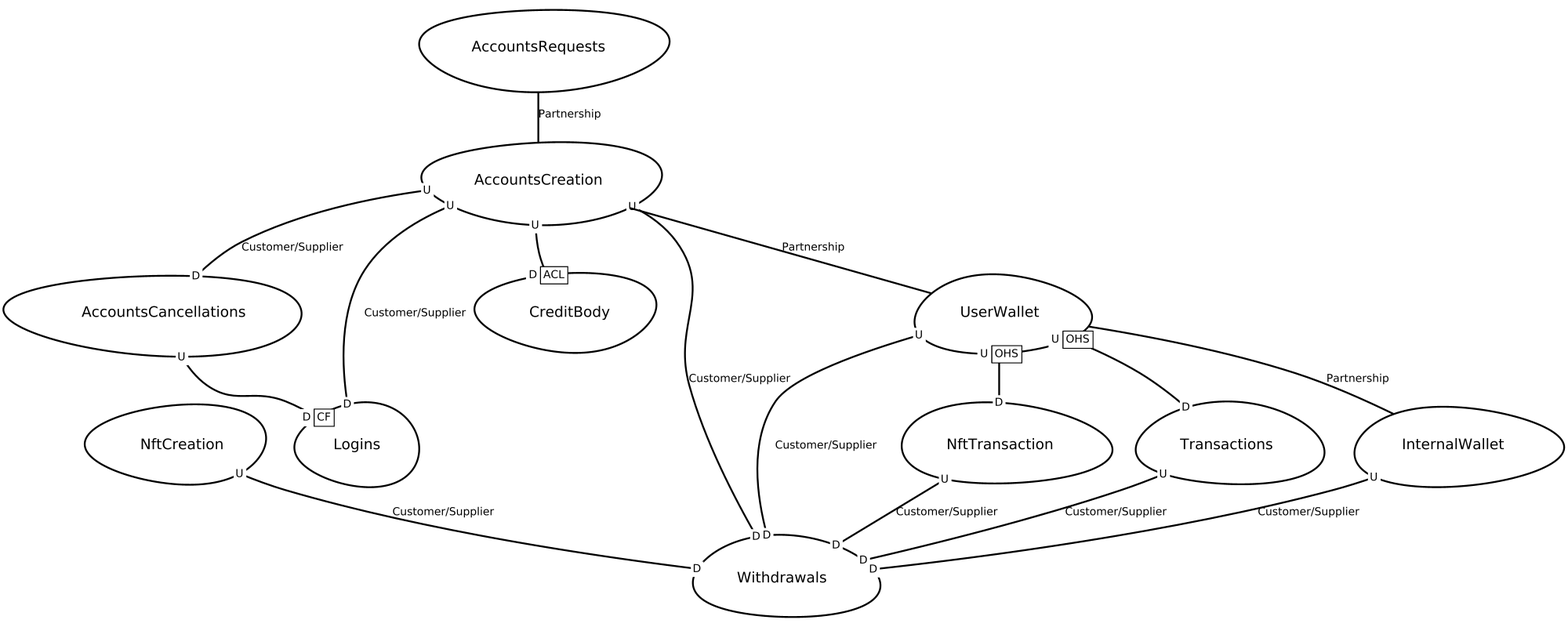
This is src-gen/contextmap.gerenal_ContextMap.png from Anselming/Anselmex, a Graphviz export, as it was before one commit. Its source is kept beside it as src-gen/contextmap.gerenal_ContextMap.gv. Source of this version:
```dot
digraph "ContextMapGraph" {
graph ["imagepath"="/tmp/GraphvizJava"]
"AccountsCancellations" ["margin"="0.3","orientation"="180","shape"="egg","fontsize"="16","style"="bold","label"="AccountsCancellations\n","fontname"="sans-serif"]
"Logins" ["margin"="0.3","orientation"="121","shape"="egg","fontsize"="16","style"="bold","label"="Logins\n","fontname"="sans-serif"]
"AccountsCreation" ["margin"="0.3","orientation"="295","shape"="egg","fontsize"="16","style"="bold","label"="AccountsCreation\n","fontname"="sans-serif"]
"CreditBody" ["margin"="0.3","orientation"="324","shape"="egg","fontsize"="16","style"="bold","label"="CreditBody\n","fontname"="sans-serif"]
"Withdrawals" ["margin"="0.3","orientation"="109","shape"="egg","fontsize"="16","style"="bold","label"="Withdrawals\n","fontname"="sans-serif"]
"UserWallet" ["margin"="0.3","orientation"="231","shape"="egg","fontsize"="16","style"="bold","label"="UserWallet\n","fontname"="sans-serif"]
"NftTransaction" ["margin"="0.3","orientation"="129","shape"="egg","fontsize"="16","style"="bold","label"="NftTransaction\n","fontname"="sans-serif"]
"Transactions" ["margin"="0.3","orientation"="267","shape"="egg","fontsize"="16","style"="bold","label"="Transactions\n","fontname"="sans-serif"]
"InternalWallet" ["margin"="0.3","orientation"="127","shape"="egg","fontsize"="16","style"="bold","label"="InternalWallet\n","fontname"="sans-serif"]
"AccountsRequests" ["margin"="0.3","orientation"="35","shape"="egg","fontsize"="16","style"="bold","label"="AccountsRequests\n","fontname"="sans-serif"]
"NftCreation" ["margin"="0.3","orientation"="168","shape"="egg","fontsize"="16","style"="bold","label"="NftCreation\n","fontname"="sans-serif"]
"AccountsCancellations" -> "Logins" ["headlabel"=<<table cellspacing="0" cellborder="1" border="0">
<tr><td bgcolor="white" sides="r">D</td><td sides="trbl" bgcolor="white"><font>CF</font></td></tr>
</table>>,"labeldistance"="0","fontsize"="12","taillabel"=<<table cellspacing="0" cellborder="0" border="0">
<tr><td bgcolor="white">U</td></tr>
</table>>,"style"="bold","label"="                                        ","dir"="none","fontname"="sans-serif"]
"AccountsCreation" -> "CreditBody" ["headlabel"=<<table cellspacing="0" cellborder="1" border="0">
<tr><td bgcolor="white" sides="r">D</td><td sides="trbl" bgcolor="white"><font>ACL</font></td></tr>
</table>>,"labeldistance"="0","fontsize"="12","taillabel"=<<table cellspacing="0" cellborder="0" border="0">
<tr><td bgcolor="white">U</td></tr>
</table>>,"style"="bold","label"="                                        ","dir"="none","fontname"="sans-serif"]
"AccountsCreation" -> "AccountsCancellations" ["headlabel"=<<table cellspacing="0" cellborder="0" border="0">
<tr><td bgcolor="white">D</td></tr>
</table>>,"labeldistance"="0","fontsize"="12","taillabel"=<<table cellspacing="0" cellborder="0" border="0">
<tr><td bgcolor="white">U</td></tr>
</table>>,"style"="bold","label"="Customer/Supplier","dir"="none","fontname"="sans-serif"]
"AccountsCreation" -> "Logins" ["headlabel"=<<table cellspacing="0" cellborder="0" border="0">
<tr><td bgcolor="white">D</td></tr>
</table>>,"labeldistance"="0","fontsize"="12","taillabel"=<<table cellspacing="0" cellborder="0" border="0">
<tr><td bgcolor="white">U</td></tr>
</table>>,"style"="bold","label"="Customer/Supplier","dir"="none","fontname"="sans-serif"]
"AccountsCreation" -> "Withdrawals" ["headlabel"=<<table cellspacing="0" cellborder="0" border="0">
<tr><td bgcolor="white">D</td></tr>
</table>>,"labeldistance"="0","fontsize"="12","taillabel"=<<table cellspacing="0" cellborder="0" border="0">
<tr><td bgcolor="white">U</td></tr>
</table>>,"style"="bold","label"="Customer/Supplier","dir"="none","fontname"="sans-serif"]
"AccountsCreation" -> "UserWallet" ["fontsize"="12","style"="bold","label"="Partnership","dir"="none","fontname"="sans-serif"]
"UserWallet" -> "NftTransaction" ["headlabel"=<<table cellspacing="0" cellborder="0" border="0">
<tr><td bgcolor="white">D</td></tr>
</table>>,"labeldistance"="0","fontsize"="12","taillabel"=<<table cellspacing="0" cellborder="1" border="0">
<tr><td bgcolor="white" sides="r">U</td><td sides="trbl" bgcolor="white"><font>OHS</font></td></tr>
</table>>,"style"="bold","label"="                                        ","dir"="none","fontname"="sans-serif"]
"UserWallet" -> "Transactions" ["headlabel"=<<table cellspacing="0" cellborder="0" border="0">
<tr><td bgcolor="white">D</td></tr>
</table>>,"labeldistance"="0","fontsize"="12","taillabel"=<<table cellspacing="0" cellborder="1" border="0">
<tr><td bgcolor="white" sides="r">U</td><td sides="trbl" bgcolor="white"><font>OHS</font></td></tr>
</table>>,"style"="bold","label"="                                        ","dir"="none","fontname"="sans-serif"]
"UserWallet" -> "InternalWallet" ["fontsize"="12","style"="bold","label"="Partnership","dir"="none","fontname"="sans-serif"]
"UserWallet" -> "Withdrawals" ["headlabel"=<<table cellspacing="0" cellborder="0" border="0">
<tr><td bgcolor="white">D</td></tr>
</table>>,"labeldistance"="0","fontsize"="12","taillabel"=<<table cellspacing="0" cellborder="0" border="0">
<tr><td bgcolor="white">U</td></tr>
</table>>,"style"="bold","label"="Customer/Supplier","dir"="none","fontname"="sans-serif"]
"NftTransaction" -> "Withdrawals" ["headlabel"=<<table cellspacing="0" cellborder="0" border="0">
<tr><td bgcolor="white">D</td></tr>
</table>>,"labeldistance"="0","fontsize"="12","taillabel"=<<table cellspacing="0" cellborder="0" border="0">
<tr><td bgcolor="white">U</td></tr>
</table>>,"style"="bold","label"="Customer/Supplier","dir"="none","fontname"="sans-serif"]
"Transactions" -> "Withdrawals" ["headlabel"=<<table cellspacing="0" cellborder="0" border="0">
<tr><td bgcolor="white">D</td></tr>
</table>>,"labeldistance"="0","fontsize"="12","taillabel"=<<table cellspacing="0" cellborder="0" border="0">
<tr><td bgcolor="white">U</td></tr>
</table>>,"style"="bold","label"="Customer/Supplier","dir"="none","fontname"="sans-serif"]
"InternalWallet" -> "Withdrawals" ["headlabel"=<<table cellspacing="0" cellborder="0" border="0">
<tr><td bgcolor="white">D</td></tr>
</table>>,"labeldistance"="0","fontsize"="12","taillabel"=<<table cellspacing="0" cellborder="0" border="0">
<tr><td bgcolor="white">U</td></tr>
</table>>,"style"="bold","label"="Customer/Supplier","dir"="none","fontname"="sans-serif"]
"AccountsRequests" -> "AccountsCreation" ["fontsize"="12","style"="bold","label"="Partnership","dir"="none","fontname"="sans-serif"]
"NftCreation" -> "Withdrawals" ["headlabel"=<<table cellspacing="0" cellborder="0" border="0">
<tr><td bgcolor="white">D</td></tr>
</table>>,"labeldistance"="0","fontsize"="12","taillabel"=<<table cellspacing="0" cellborder="0" border="0">
<tr><td bgcolor="white">U</td></tr>
</table>>,"style"="bold","label"="Customer/Supplier","dir"="none","fontname"="sans-serif"]
}
```
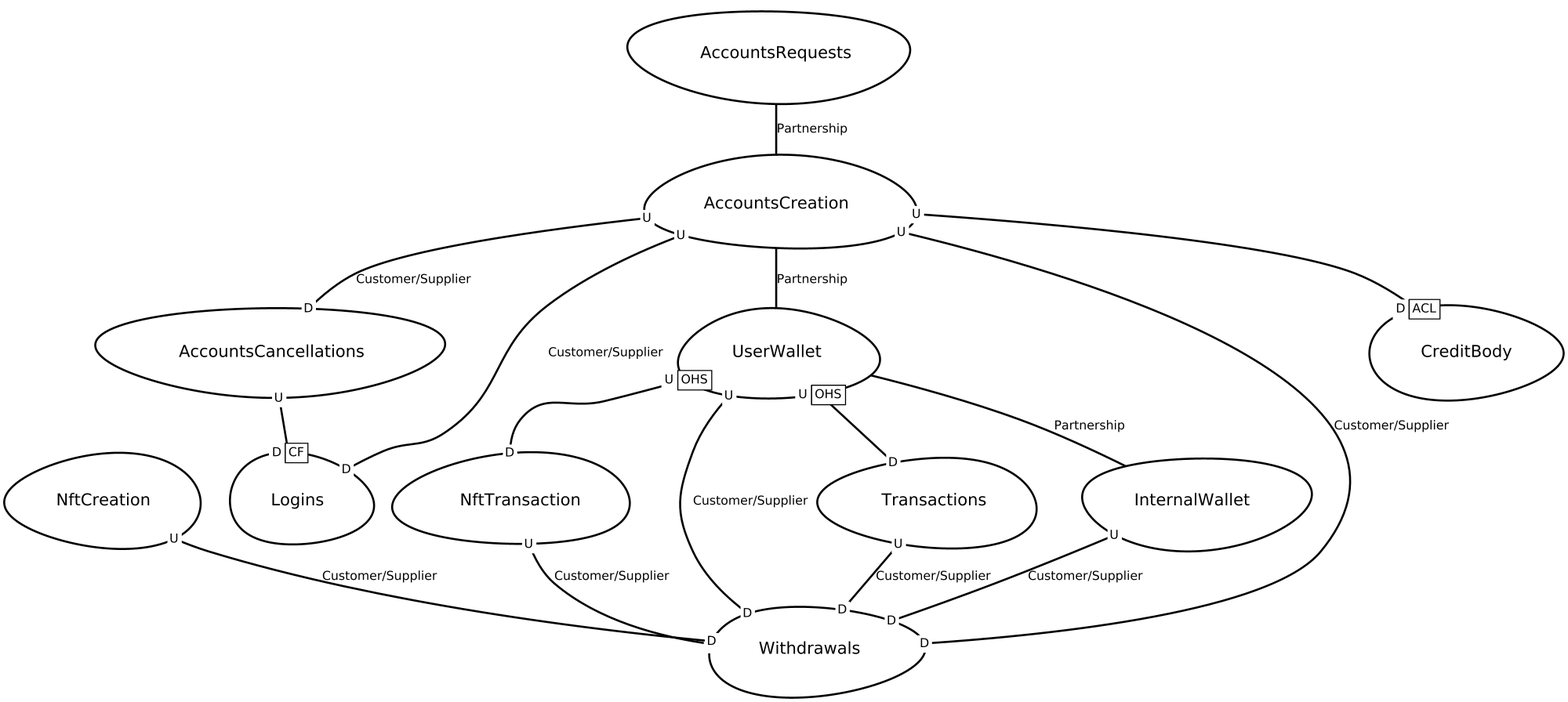
After the change.

Change to the diagram source:
```diff
@@ -1,42 +1,42 @@
 digraph "ContextMapGraph" {
 graph ["imagepath"="/tmp/GraphvizJava"]
-"AccountsCancellations" ["margin"="0.3","orientation"="180","shape"="egg","fontsize"="16","style"="bold","label"="AccountsCancellations\n","fontname"="sans-serif"]
-"Logins" ["margin"="0.3","orientation"="121","shape"="egg","fontsize"="16","style"="bold","label"="Logins\n","fontname"="sans-serif"]
-"AccountsCreation" ["margin"="0.3","orientation"="295","shape"="egg","fontsize"="16","style"="bold","label"="AccountsCreation\n","fontname"="sans-serif"]
-"CreditBody" ["margin"="0.3","orientation"="324","shape"="egg","fontsize"="16","style"="bold","label"="CreditBody\n","fontname"="sans-serif"]
-"Withdrawals" ["margin"="0.3","orientation"="109","shape"="egg","fontsize"="16","style"="bold","label"="Withdrawals\n","fontname"="sans-serif"]
-"UserWallet" ["margin"="0.3","orientation"="231","shape"="egg","fontsize"="16","style"="bold","label"="UserWallet\n","fontname"="sans-serif"]
-"NftTransaction" ["margin"="0.3","orientation"="129","shape"="egg","fontsize"="16","style"="bold","label"="NftTransaction\n","fontname"="sans-serif"]
-"Transactions" ["margin"="0.3","orientation"="267","shape"="egg","fontsize"="16","style"="bold","label"="Transactions\n","fontname"="sans-serif"]
-"InternalWallet" ["margin"="0.3","orientation"="127","shape"="egg","fontsize"="16","style"="bold","label"="InternalWallet\n","fontname"="sans-serif"]
-"AccountsRequests" ["margin"="0.3","orientation"="35","shape"="egg","fontsize"="16","style"="bold","label"="AccountsRequests\n","fontname"="sans-serif"]
-"NftCreation" ["margin"="0.3","orientation"="168","shape"="egg","fontsize"="16","style"="bold","label"="NftCreation\n","fontname"="sans-serif"]
+"AccountsCancellations" ["margin"="0.3","orientation"="319","shape"="egg","fontsize"="16","style"="bold","label"="AccountsCancellations\n","fontname"="sans-serif"]
+"Logins" ["margin"="0.3","orientation"="304","shape"="egg","fontsize"="16","style"="bold","label"="Logins\n","fontname"="sans-serif"]
+"AccountsCreation" ["margin"="0.3","orientation"="153","shape"="egg","fontsize"="16","style"="bold","label"="AccountsCreation\n","fontname"="sans-serif"]
+"UserWallet" ["margin"="0.3","orientation"="203","shape"="egg","fontsize"="16","style"="bold","label"="UserWallet\n","fontname"="sans-serif"]
+"NftTransaction" ["margin"="0.3","orientation"="146","shape"="egg","fontsize"="16","style"="bold","label"="NftTransaction\n","fontname"="sans-serif"]
+"Withdrawals" ["margin"="0.3","orientation"="240","shape"="egg","fontsize"="16","style"="bold","label"="Withdrawals\n","fontname"="sans-serif"]
+"Transactions" ["margin"="0.3","orientation"="164","shape"="egg","fontsize"="16","style"="bold","label"="Transactions\n","fontname"="sans-serif"]
+"InternalWallet" ["margin"="0.3","orientation"="3","shape"="egg","fontsize"="16","style"="bold","label"="InternalWallet\n","fontname"="sans-serif"]
+"CreditBody" ["margin"="0.3","orientation"="87","shape"="egg","fontsize"="16","style"="bold","label"="CreditBody\n","fontname"="sans-serif"]
+"AccountsRequests" ["margin"="0.3","orientation"="189","shape"="egg","fontsize"="16","style"="bold","label"="AccountsRequests\n","fontname"="sans-serif"]
+"NftCreation" ["margin"="0.3","orientation"="342","shape"="egg","fontsize"="16","style"="bold","label"="NftCreation\n","fontname"="sans-serif"]
 "AccountsCancellations" -> "Logins" ["headlabel"=<<table cellspacing="0" cellborder="1" border="0">
 <tr><td bgcolor="white" sides="r">D</td><td sides="trbl" bgcolor="white"><font>CF</font></td></tr>
 </table>>,"labeldistance"="0","fontsize"="12","taillabel"=<<table cellspacing="0" cellborder="0" border="0">
 <tr><td bgcolor="white">U</td></tr>
 </table>>,"style"="bold","label"="                                        ","dir"="none","fontname"="sans-serif"]
+"AccountsCreation" -> "Logins" ["headlabel"=<<table cellspacing="0" cellborder="0" border="0">
+<tr><td bgcolor="white">D</td></tr>
+</table>>,"labeldistance"="0","fontsize"="12","taillabel"=<<table cellspacing="0" cellborder="0" border="0">
+<tr><td bgcolor="white">U</td></tr>
+</table>>,"style"="bold","label"="Customer/Supplier","dir"="none","fontname"="sans-serif"]
+"AccountsCreation" -> "UserWallet" ["fontsize"="12","style"="bold","label"="Partnership","dir"="none","fontname"="sans-serif"]
 "AccountsCreation" -> "CreditBody" ["headlabel"=<<table cellspacing="0" cellborder="1" border="0">
 <tr><td bgcolor="white" sides="r">D</td><td sides="trbl" bgcolor="white"><font>ACL</font></td></tr>
 </table>>,"labeldistance"="0","fontsize"="12","taillabel"=<<table cellspacing="0" cellborder="0" border="0">
 <tr><td bgcolor="white">U</td></tr>
 </table>>,"style"="bold","label"="                                        ","dir"="none","fontname"="sans-serif"]
+"AccountsCreation" -> "Withdrawals" ["headlabel"=<<table cellspacing="0" cellborder="0" border="0">
+<tr><td bgcolor="white">D</td></tr>
+</table>>,"labeldistance"="0","fontsize"="12","taillabel"=<<table cellspacing="0" cellborder="0" border="0">
+<tr><td bgcolor="white">U</td></tr>
+</table>>,"style"="bold","label"="Customer/Supplier","dir"="none","fontname"="sans-serif"]
 "AccountsCreation" -> "AccountsCancellations" ["headlabel"=<<table cellspacing="0" cellborder="0" border="0">
 <tr><td bgcolor="white">D</td></tr>
 </table>>,"labeldistance"="0","fontsize"="12","taillabel"=<<table cellspacing="0" cellborder="0" border="0">
 <tr><td bgcolor="white">U</td></tr>
 </table>>,"style"="bold","label"="Customer/Supplier","dir"="none","fontname"="sans-serif"]
-"AccountsCreation" -> "Logins" ["headlabel"=<<table cellspacing="0" cellborder="0" border="0">
-<tr><td bgcolor="white">D</td></tr>
-</table>>,"labeldistance"="0","fontsize"="12","taillabel"=<<table cellspacing="0" cellborder="0" border="0">
-<tr><td bgcolor="white">U</td></tr>
-</table>>,"style"="bold","label"="Customer/Supplier","dir"="none","fontname"="sans-serif"]
-"AccountsCreation" -> "Withdrawals" ["headlabel"=<<table cellspacing="0" cellborder="0" border="0">
-<tr><td bgcolor="white">D</td></tr>
-</table>>,"labeldistance"="0","fontsize"="12","taillabel"=<<table cellspacing="0" cellborder="0" border="0">
-<tr><td bgcolor="white">U</td></tr>
-</table>>,"style"="bold","label"="Customer/Supplier","dir"="none","fontname"="sans-serif"]
-"AccountsCreation" -> "UserWallet" ["fontsize"="12","style"="bold","label"="Partnership","dir"="none","fontname"="sans-serif"]
 "UserWallet" -> "NftTransaction" ["headlabel"=<<table cellspacing="0" cellborder="0" border="0">
 <tr><td bgcolor="white">D</td></tr>
 </table>>,"labeldistance"="0","fontsize"="12","taillabel"=<<table cellspacing="0" cellborder="1" border="0">
```
